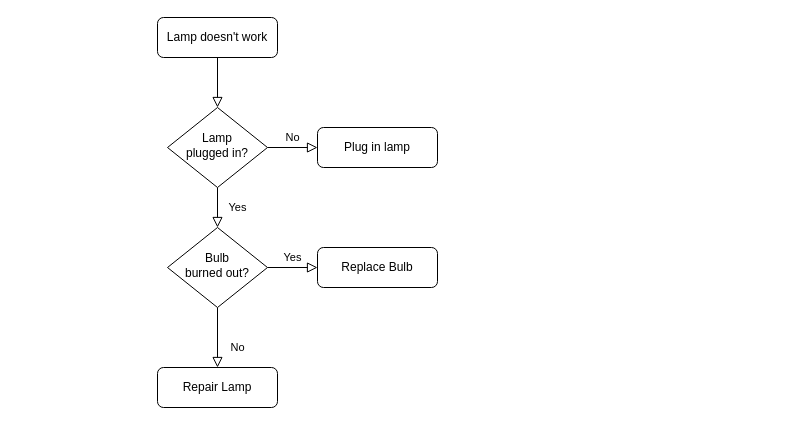
Before: draw/表项压缩对比.drawio in hubo0520/draw, a draw.io diagram. Source tidied: cells renumbered, new cells numbered last; positions are measured from the earlier drawing's top-left corner, leaving out a move shared by most shapes. Both pictures are drawn from the tidied source at 100%, with x=0, y=0 at pixel (157, 17).
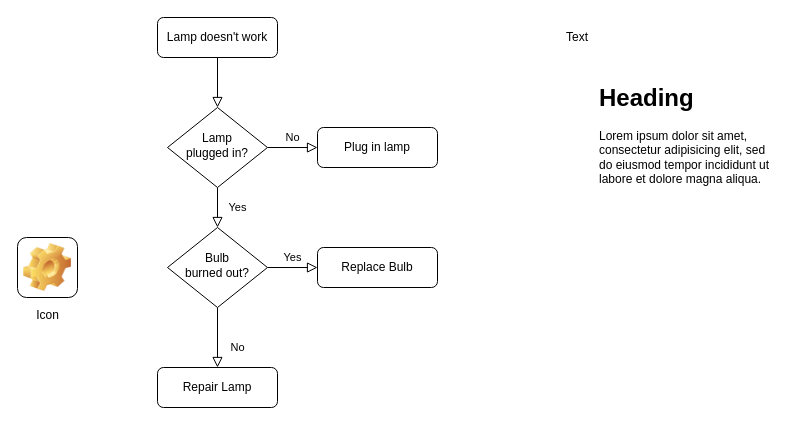
Above is the later version.

Commit message:
更新表项压缩对比.drawio

What changed in the source:
```diff
@@
 <mxGraphModel>
   <root>
     <mxCell id="0" />
     <mxCell id="1" parent="0" />
     <mxCell id="2" style="rounded=0;html=1;jettySize=auto;fontSize=11;endArrow=block;endFill=0;endSize=8;strokeWidth=1;shadow=0;labelBackgroundColor=none;edgeStyle=orthogonalEdgeStyle;" parent="1" edge="1" source="3" target="6">
       <mxGeometry relative="1" as="geometry" />
     </mxCell>
     <mxCell id="3" value="Lamp doesn't work" style="rounded=1;whiteSpace=wrap;html=1;fontSize=12;glass=0;strokeWidth=1;shadow=0;" parent="1" vertex="1">
       <mxGeometry width="120" height="40" as="geometry" />
     </mxCell>
     <mxCell id="4" value="Yes" style="rounded=0;html=1;jettySize=auto;fontSize=11;endArrow=block;endFill=0;endSize=8;strokeWidth=1;shadow=0;labelBackgroundColor=none;edgeStyle=orthogonalEdgeStyle;" parent="1" edge="1" source="6" target="10">
       <mxGeometry y="20" relative="1" as="geometry" />
     </mxCell>
     <mxCell id="5" value="No" style="edgeStyle=orthogonalEdgeStyle;rounded=0;html=1;jettySize=auto;fontSize=11;endArrow=block;endFill=0;endSize=8;strokeWidth=1;shadow=0;labelBackgroundColor=none;" parent="1" edge="1" source="6" target="7">
       <mxGeometry y="10" relative="1" as="geometry" />
     </mxCell>
     <mxCell id="6" value="Lamp&lt;br&gt;plugged in?" style="rhombus;whiteSpace=wrap;html=1;shadow=0;fontFamily=Helvetica;fontSize=12;align=center;strokeWidth=1;spacing=6;spacingTop=-4;" parent="1" vertex="1">
       <mxGeometry x="10" y="90" width="100" height="80" as="geometry" />
     </mxCell>
     <mxCell id="7" value="Plug in lamp" style="rounded=1;whiteSpace=wrap;html=1;fontSize=12;glass=0;strokeWidth=1;shadow=0;" parent="1" vertex="1">
       <mxGeometry x="160" y="110" width="120" height="40" as="geometry" />
     </mxCell>
     <mxCell id="8" value="No" style="rounded=0;html=1;jettySize=auto;fontSize=11;endArrow=block;endFill=0;endSize=8;strokeWidth=1;shadow=0;labelBackgroundColor=none;edgeStyle=orthogonalEdgeStyle;" parent="1" edge="1" source="10" target="11">
       <mxGeometry x="0.33" y="20" relative="1" as="geometry" />
     </mxCell>
     <mxCell id="9" value="Yes" style="edgeStyle=orthogonalEdgeStyle;rounded=0;html=1;jettySize=auto;fontSize=11;endArrow=block;endFill=0;endSize=8;strokeWidth=1;shadow=0;labelBackgroundColor=none;" parent="1" edge="1" source="10" target="12">
       <mxGeometry y="10" relative="1" as="geometry" />
     </mxCell>
     <mxCell id="10" value="Bulb&lt;br&gt;burned out?" style="rhombus;whiteSpace=wrap;html=1;shadow=0;fontFamily=Helvetica;fontSize=12;align=center;strokeWidth=1;spacing=6;spacingTop=-4;" parent="1" vertex="1">
       <mxGeometry x="10" y="210" width="100" height="80" as="geometry" />
     </mxCell>
     <mxCell id="11" value="Repair Lamp" style="rounded=1;whiteSpace=wrap;html=1;fontSize=12;glass=0;strokeWidth=1;shadow=0;" parent="1" vertex="1">
       <mxGeometry y="350" width="120" height="40" as="geometry" />
     </mxCell>
     <mxCell id="12" value="Replace Bulb" style="rounded=1;whiteSpace=wrap;html=1;fontSize=12;glass=0;strokeWidth=1;shadow=0;" parent="1" vertex="1">
       <mxGeometry x="160" y="230" width="120" height="40" as="geometry" />
     </mxCell>
+    <mxCell id="13" value="Icon" style="icon;html=1;image=img/clipart/Gear_128x128.png;" parent="1" vertex="1">
+      <mxGeometry x="-140" y="220" width="60" height="60" as="geometry" />
+    </mxCell>
+    <mxCell id="14" value="&lt;h1 style=&quot;margin-top: 0px;&quot;&gt;Heading&lt;/h1&gt;&lt;p&gt;Lorem ipsum dolor sit amet, consectetur adipisicing elit, sed do eiusmod tempor incididunt ut labore et dolore magna aliqua.&lt;/p&gt;" style="text;html=1;whiteSpace=wrap;overflow=hidden;rounded=0;" parent="1" vertex="1">
+      <mxGeometry x="440" y="60" width="180" height="120" as="geometry" />
+    </mxCell>
+    <mxCell id="15" value="Text" style="text;html=1;align=center;verticalAlign=middle;whiteSpace=wrap;rounded=0;" parent="1" vertex="1">
+      <mxGeometry x="390" y="5" width="60" height="30" as="geometry" />
+    </mxCell>
   </root>
 </mxGraphModel>
```
